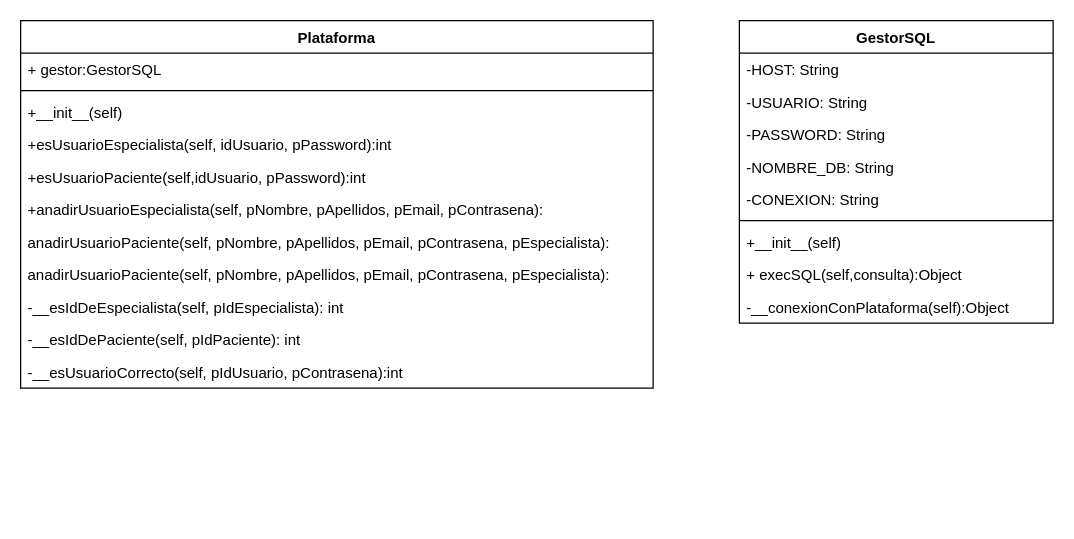
javierpm997/TFG keeps this draw.io diagram as Documentación/3. - Análisis y diseño/Diagrama de Clases Plataforma.drawio. Above is the earlier version. Source tidied: cells renumbered, new cells numbered last; positions are measured from the earlier drawing's top-left corner, leaving out a move shared by most shapes. Both pictures are drawn from the tidied source at 125%, with x=0, y=0 at pixel (20, 20).
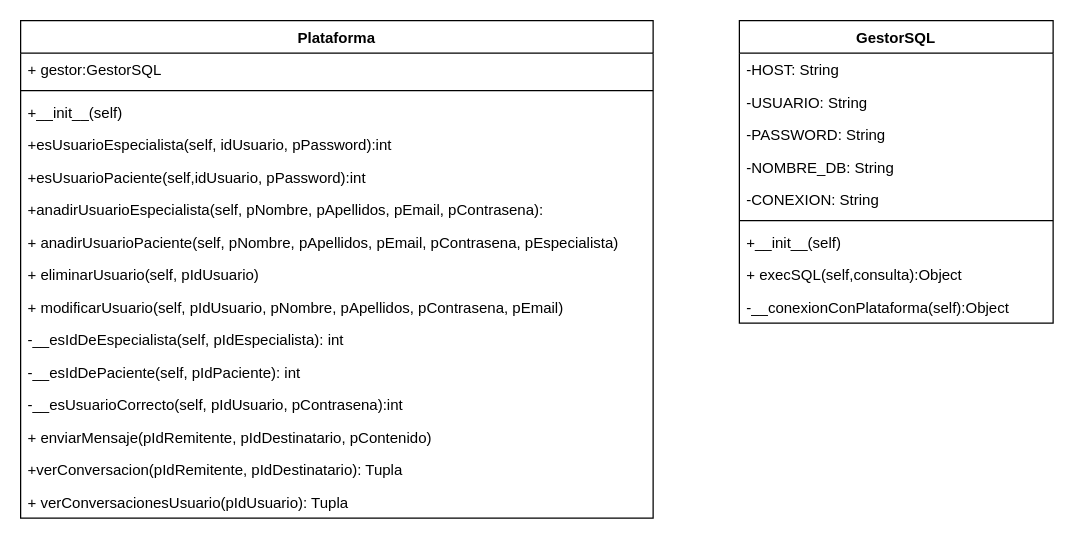
The same diagram, later.

Change to the diagram source:
```diff
@@
     <mxCell id="2" value="Plataforma" style="swimlane;fontStyle=1;align=center;verticalAlign=top;horizontal=1;startSize=26;" parent="1" vertex="1">
-      <mxGeometry width="506" height="294" as="geometry" />
+      <mxGeometry width="506" height="398" as="geometry" />
     </mxCell>
@@
-    <mxCell id="9" value="anadirUsuarioPaciente(self, pNombre, pApellidos, pEmail, pContrasena, pEspecialista):&#10;" style="text;strokeColor=none;fillColor=none;align=left;verticalAlign=top;spacingLeft=4;spacingRight=4;overflow=hidden;" parent="2" vertex="1">
+    <mxCell id="9" value="+ anadirUsuarioPaciente(self, pNombre, pApellidos, pEmail, pContrasena, pEspecialista)" style="text;strokeColor=none;fillColor=none;align=left;verticalAlign=top;spacingLeft=4;spacingRight=4;overflow=hidden;" parent="2" vertex="1">
       <mxGeometry y="164" width="506" height="26" as="geometry" />
     </mxCell>
-    <mxCell id="10" value="anadirUsuarioPaciente(self, pNombre, pApellidos, pEmail, pContrasena, pEspecialista):&#10;" style="text;strokeColor=none;fillColor=none;align=left;verticalAlign=top;spacingLeft=4;spacingRight=4;overflow=hidden;" parent="2" vertex="1">
+    <mxCell id="10" value="+ eliminarUsuario(self, pIdUsuario)" style="text;strokeColor=none;fillColor=none;align=left;verticalAlign=top;spacingLeft=4;spacingRight=4;overflow=hidden;" parent="2" vertex="1">
       <mxGeometry y="190" width="506" height="26" as="geometry" />
     </mxCell>
+    <mxCell id="24" value="+ modificarUsuario(self, pIdUsuario, pNombre, pApellidos, pContrasena, pEmail)" style="text;strokeColor=none;fillColor=none;align=left;verticalAlign=top;spacingLeft=4;spacingRight=4;overflow=hidden;" parent="2" vertex="1">
+      <mxGeometry y="216" width="506" height="26" as="geometry" />
+    </mxCell>
     <mxCell id="11" value="-__esIdDeEspecialista(self, pIdEspecialista): int&#10;" style="text;strokeColor=none;fillColor=none;align=left;verticalAlign=top;spacingLeft=4;spacingRight=4;overflow=hidden;" parent="2" vertex="1">
-      <mxGeometry y="216" width="506" height="26" as="geometry" />
+      <mxGeometry y="242" width="506" height="26" as="geometry" />
     </mxCell>
     <mxCell id="12" value="-__esIdDePaciente(self, pIdPaciente): int&#10;" style="text;strokeColor=none;fillColor=none;align=left;verticalAlign=top;spacingLeft=4;spacingRight=4;overflow=hidden;" parent="2" vertex="1">
-      <mxGeometry y="242" width="506" height="26" as="geometry" />
+      <mxGeometry y="268" width="506" height="26" as="geometry" />
     </mxCell>
     <mxCell id="13" value="-__esUsuarioCorrecto(self, pIdUsuario, pContrasena):int&#10;&#10;" style="text;strokeColor=none;fillColor=none;align=left;verticalAlign=top;spacingLeft=4;spacingRight=4;overflow=hidden;" parent="2" vertex="1">
-      <mxGeometry y="268" width="506" height="26" as="geometry" />
+      <mxGeometry y="294" width="506" height="26" as="geometry" />
     </mxCell>
+    <mxCell id="25" value="+ enviarMensaje(pIdRemitente, pIdDestinatario, pContenido)" style="text;strokeColor=none;fillColor=none;align=left;verticalAlign=top;spacingLeft=4;spacingRight=4;overflow=hidden;" parent="2" vertex="1">
+      <mxGeometry y="320" width="506" height="26" as="geometry" />
+    </mxCell>
+    <mxCell id="26" value="+verConversacion(pIdRemitente, pIdDestinatario): Tupla" style="text;strokeColor=none;fillColor=none;align=left;verticalAlign=top;spacingLeft=4;spacingRight=4;overflow=hidden;" parent="2" vertex="1">
+      <mxGeometry y="346" width="506" height="26" as="geometry" />
+    </mxCell>
+    <mxCell id="27" value="+ verConversacionesUsuario(pIdUsuario): Tupla" style="text;strokeColor=none;fillColor=none;align=left;verticalAlign=top;spacingLeft=4;spacingRight=4;overflow=hidden;" parent="2" vertex="1">
+      <mxGeometry y="372" width="506" height="26" as="geometry" />
+    </mxCell>
```
